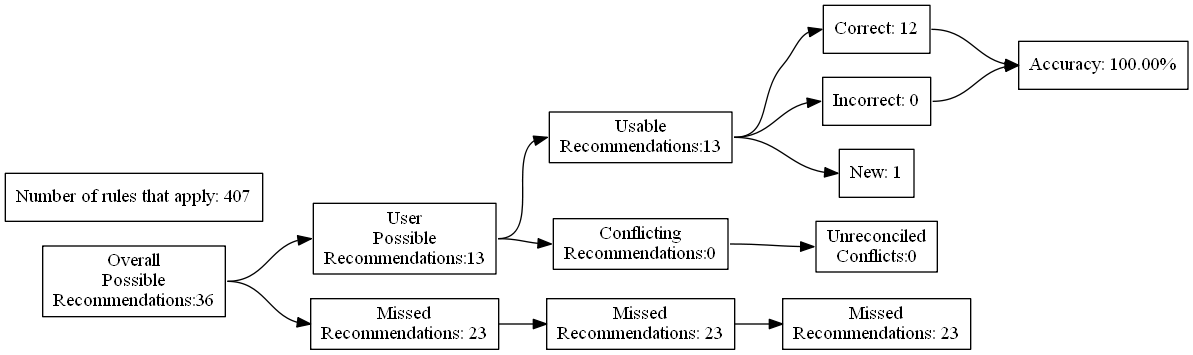
Above: test_renders/98.gv.png in ZaxR/ibd_diet_analysis (Graphviz), before the change. Its source is kept beside it as test_renders/98.gv. Its diagram source:
```dot
digraph {
	graph [rankdir=LR]
	node [pos=r shape=box]
	edge [headport=w tailport=e]
		A [label="Overall
Possible
Recommendations:36"]
		B [label="User
Possible
Recommendations:13"]
		C [label="Missed
Recommendations: 23"]
		D [label="Usable
Recommendations:13"]
		E [label="Conflicting
Recommendations:0"]
		J [label="Missed
Recommendations: 23"]
		M [label="Unreconciled
Conflicts:0"]
		F [label="Correct: 12"]
		G [label="Incorrect: 0"]
		H [label="New: 1"]
		K [label="Missed
Recommendations: 23"]
		I [label="Accuracy: 100.00%"]
		l [label="Number of rules that apply: 407"]
			A -> B
			A -> C
			B -> D
			B -> E
			D -> F
			D -> G
			D -> H
			F -> I
			G -> I
			C -> J
			J -> K
			E -> M
}
```
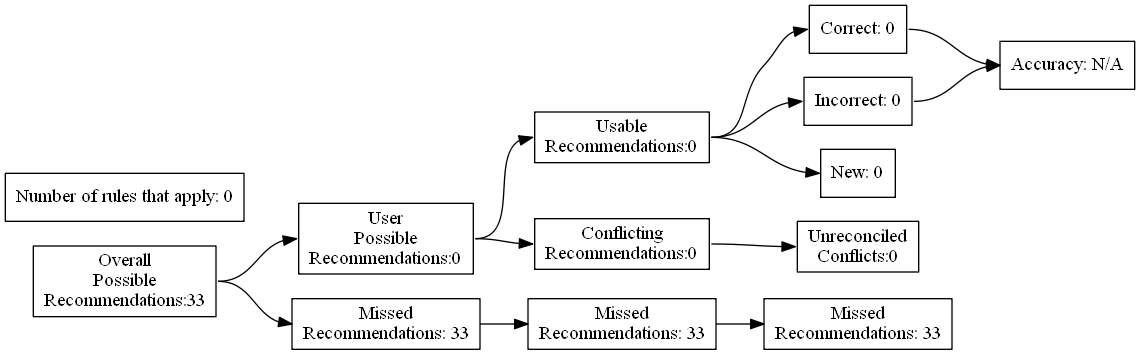
After the commit.

What changed in the source:
```diff
@@ -4,27 +4,27 @@
 	edge [headport=w tailport=e]
 		A [label="Overall
 Possible
-Recommendations:36"]
+Recommendations:33"]
 		B [label="User
 Possible
-Recommendations:13"]
+Recommendations:0"]
 		C [label="Missed
-Recommendations: 23"]
+Recommendations: 33"]
 		D [label="Usable
-Recommendations:13"]
+Recommendations:0"]
 		E [label="Conflicting
 Recommendations:0"]
 		J [label="Missed
-Recommendations: 23"]
+Recommendations: 33"]
 		M [label="Unreconciled
 Conflicts:0"]
-		F [label="Correct: 12"]
+		F [label="Correct: 0"]
 		G [label="Incorrect: 0"]
-		H [label="New: 1"]
+		H [label="New: 0"]
 		K [label="Missed
-Recommendations: 23"]
-		I [label="Accuracy: 100.00%"]
-		l [label="Number of rules that apply: 407"]
+Recommendations: 33"]
+		I [label="Accuracy: N/A"]
+		l [label="Number of rules that apply: 0"]
 			A -> B
 			A -> C
 			B -> D
```
